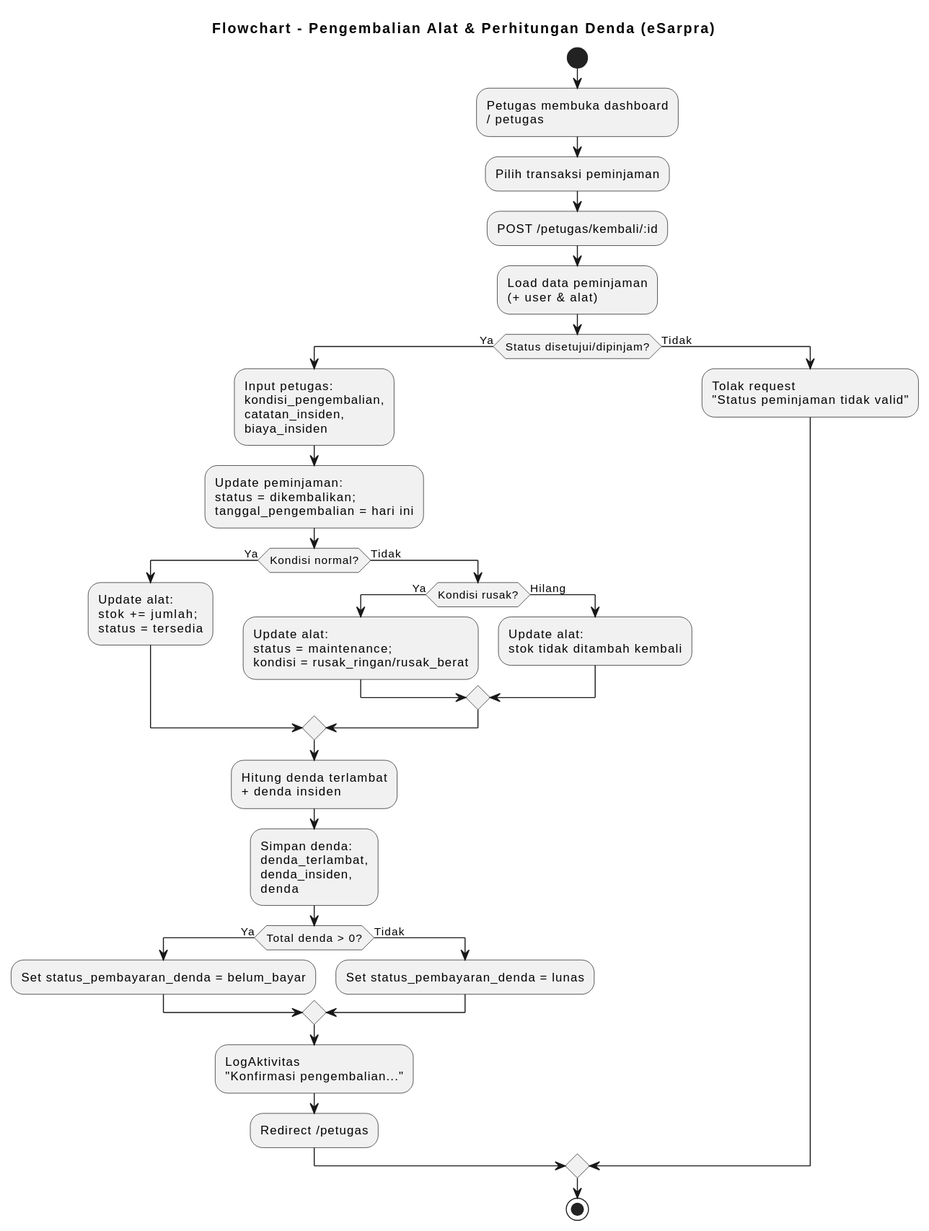
Before: docs/diagram/Flowchart - Pengembalian Alat & Perhitungan Denda (eSarpra).svg, a diagram exported from PlantUML (farsy06/ukk).
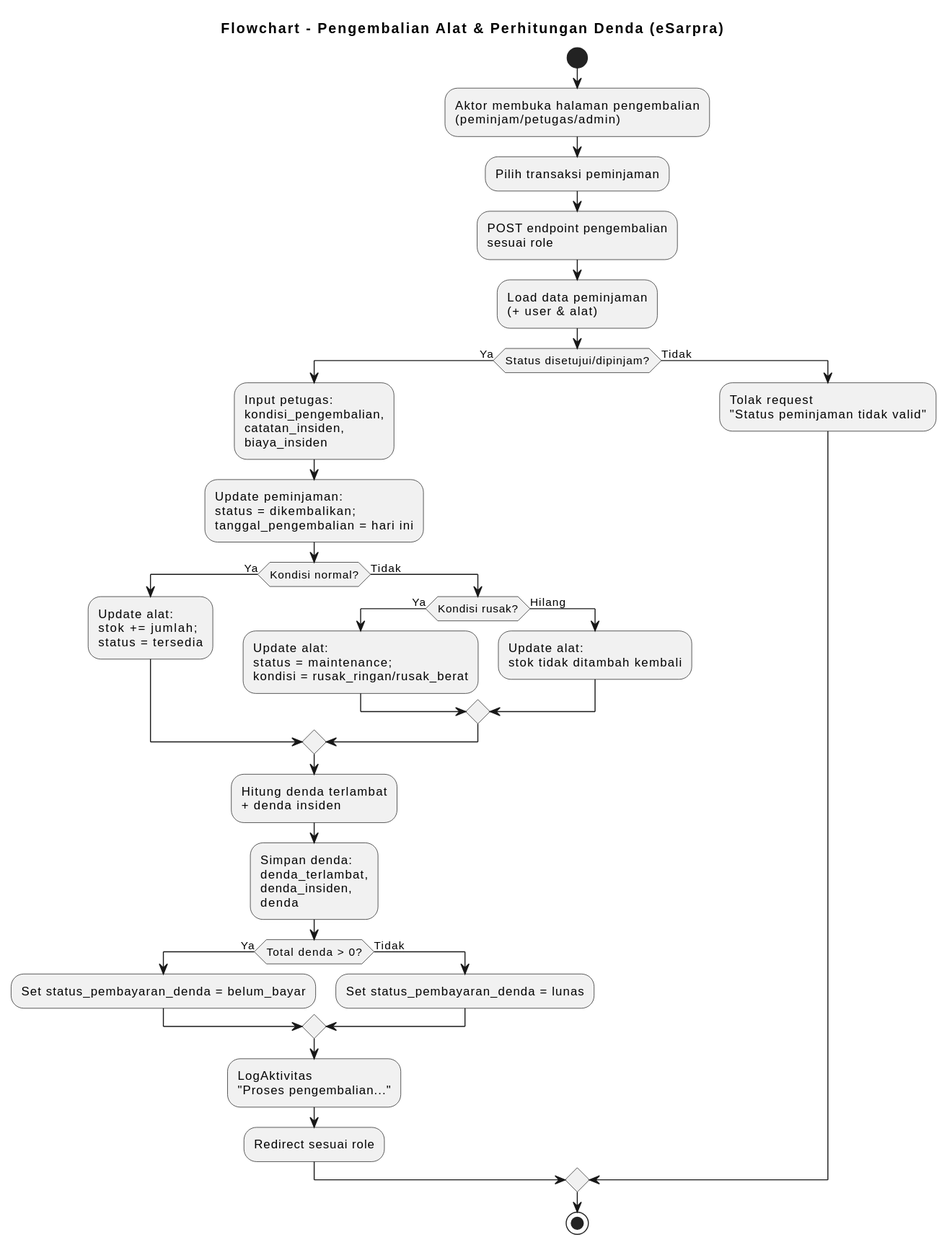
Above is the later version.

What changed in the source:
```diff
@@ -2,9 +2,9 @@
 title Flowchart - Pengembalian Alat & Perhitungan Denda (eSarpra)
 
 start
-:Petugas membuka dashboard\n/ petugas;
+:Aktor membuka halaman pengembalian\n(peminjam/petugas/admin);
 :Pilih transaksi peminjaman;
-:POST /petugas/kembali/:id;
+:POST endpoint pengembalian\nsesuai role;
 :Load data peminjaman\n(+ user & alat);
 
 if (Status disetujui/dipinjam?) then (Ya)
@@ -28,8 +28,8 @@
   else (Tidak)
     :Set status_pembayaran_denda = lunas;
   endif
-  :LogAktivitas\n"Konfirmasi pengembalian...";
-  :Redirect /petugas;
+  :LogAktivitas\n"Proses pengembalian...";
+  :Redirect sesuai role;
 else (Tidak)
   :Tolak request\n"Status peminjaman tidak valid";
 endif
```
